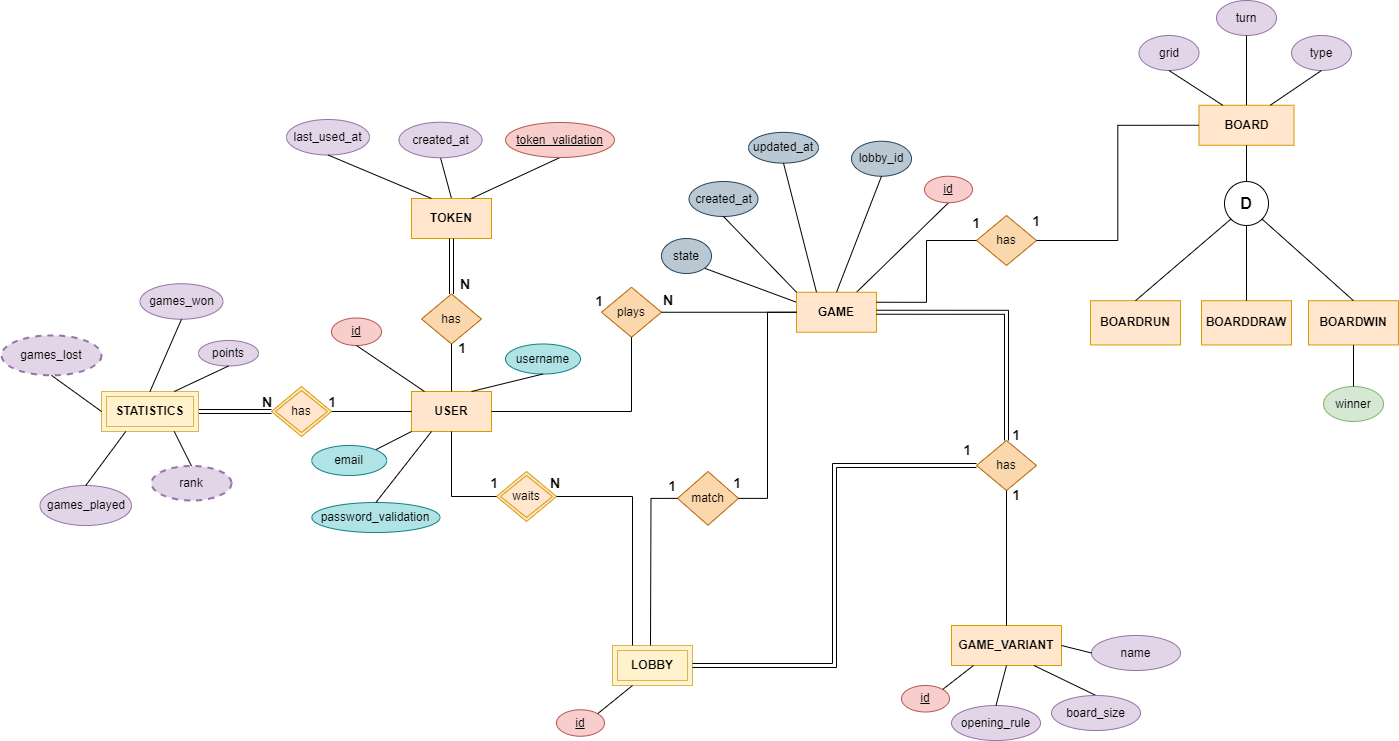
Above: docs/diagrams/gomoku-er-diagram.png in astral-projects/gomoku-web (draw.io), before the change. Source tidied: cells renumbered, new cells last; positions are measured from the earlier drawing's top-left corner, leaving out a move shared by most shapes.
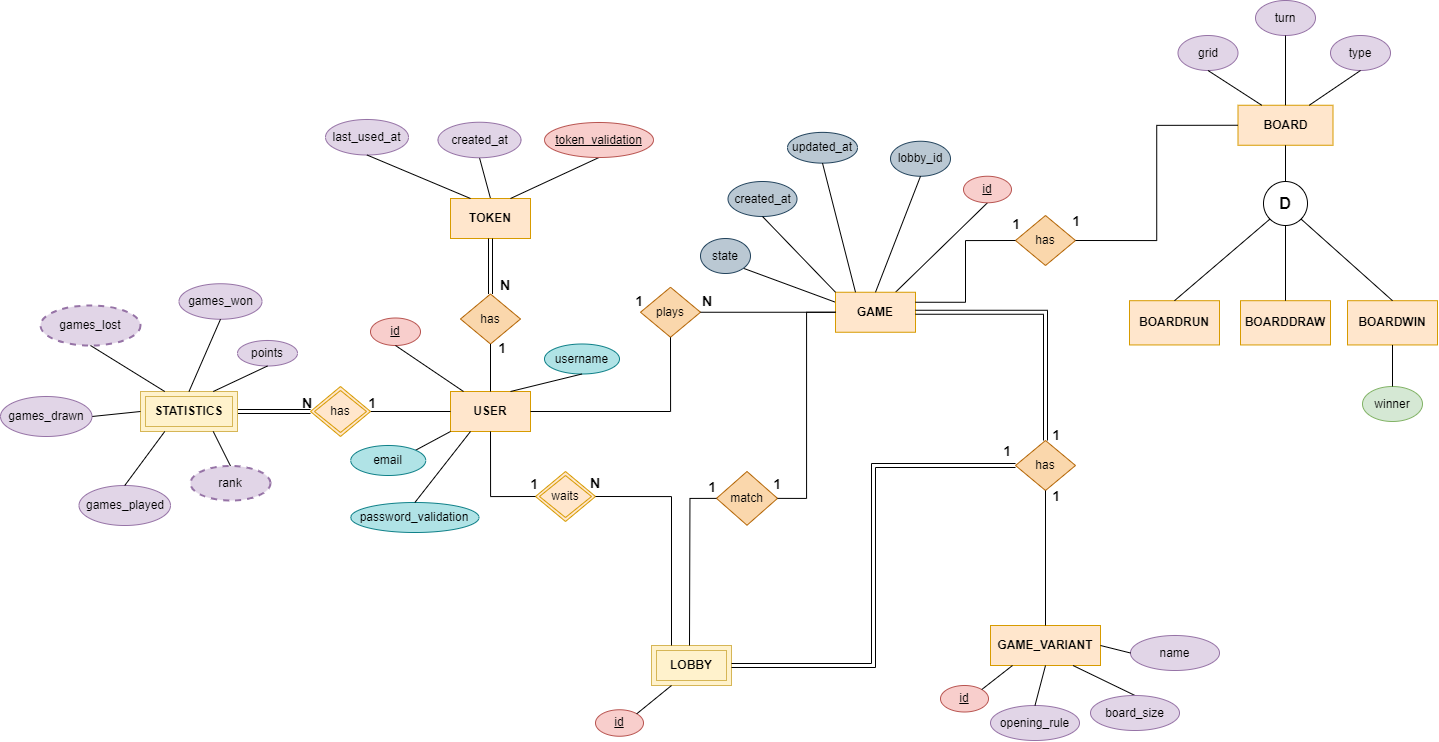
Later version of the same file.

What changed in the source:
```diff
@@ -74,7 +74,7 @@
       <mxGeometry x="660" y="238" width="50" height="35" as="geometry" />
     </mxCell>
     <mxCell id="25" value="games_lost" style="ellipse;whiteSpace=wrap;html=1;align=center;dashed=1;fillStyle=solid;strokeWidth=2;fillColor=#e1d5e7;strokeColor=#9673a6;" parent="1" vertex="1">
-      <mxGeometry y="334.9" width="100" height="40" as="geometry" />
+      <mxGeometry y="305" width="100" height="40" as="geometry" />
     </mxCell>
     <mxCell id="26" style="endArrow=none;html=1;rounded=0;entryX=0;entryY=0.5;entryDx=0;entryDy=0;" parent="1" edge="1" target="2">
       <mxGeometry relative="1" as="geometry">
@@ -105,7 +105,7 @@
     <mxCell id="34" value="points" style="ellipse;whiteSpace=wrap;html=1;align=center;fillColor=#e1d5e7;strokeColor=#9673a6;shadow=0;" parent="1" vertex="1">
       <mxGeometry x="197" y="340" width="60" height="25.5" as="geometry" />
     </mxCell>
-    <mxCell id="35" style="endArrow=none;html=1;rounded=0;exitX=0.5;exitY=1;exitDx=0;exitDy=0;entryX=0;entryY=0.5;entryDx=0;entryDy=0;" parent="1" edge="1" source="25" target="30">
+    <mxCell id="35" style="endArrow=none;html=1;rounded=0;exitX=0.5;exitY=1;exitDx=0;exitDy=0;entryX=0.25;entryY=0;entryDx=0;entryDy=0;" parent="1" edge="1" source="25" target="30">
       <mxGeometry relative="1" as="geometry" />
     </mxCell>
     <mxCell id="36" style="endArrow=none;html=1;rounded=0;exitX=0.5;exitY=1;exitDx=0;exitDy=0;entryX=0.5;entryY=0;entryDx=0;entryDy=0;" parent="1" edge="1" source="32" target="30">
@@ -336,5 +336,11 @@
     <mxCell id="106" style="endArrow=none;html=1;rounded=0;entryX=0.75;entryY=0;entryDx=0;entryDy=0;exitX=0.5;exitY=1;exitDx=0;exitDy=0;" parent="1" edge="1" source="105" target="85">
       <mxGeometry relative="1" as="geometry" />
     </mxCell>
+    <mxCell id="107" style="endArrow=none;html=1;rounded=0;exitX=1;exitY=0.5;exitDx=0;exitDy=0;entryX=0;entryY=0.5;entryDx=0;entryDy=0;" parent="1" edge="1" source="108" target="30">
+      <mxGeometry relative="1" as="geometry" />
+    </mxCell>
+    <mxCell id="108" value="games_drawn" style="ellipse;whiteSpace=wrap;html=1;align=center;fillColor=#e1d5e7;strokeColor=#9673a6;shadow=0;" parent="1" vertex="1">
+      <mxGeometry x="-40" y="396" width="91.5" height="40" as="geometry" />
+    </mxCell>
   </root>
 </mxGraphModel>
```
